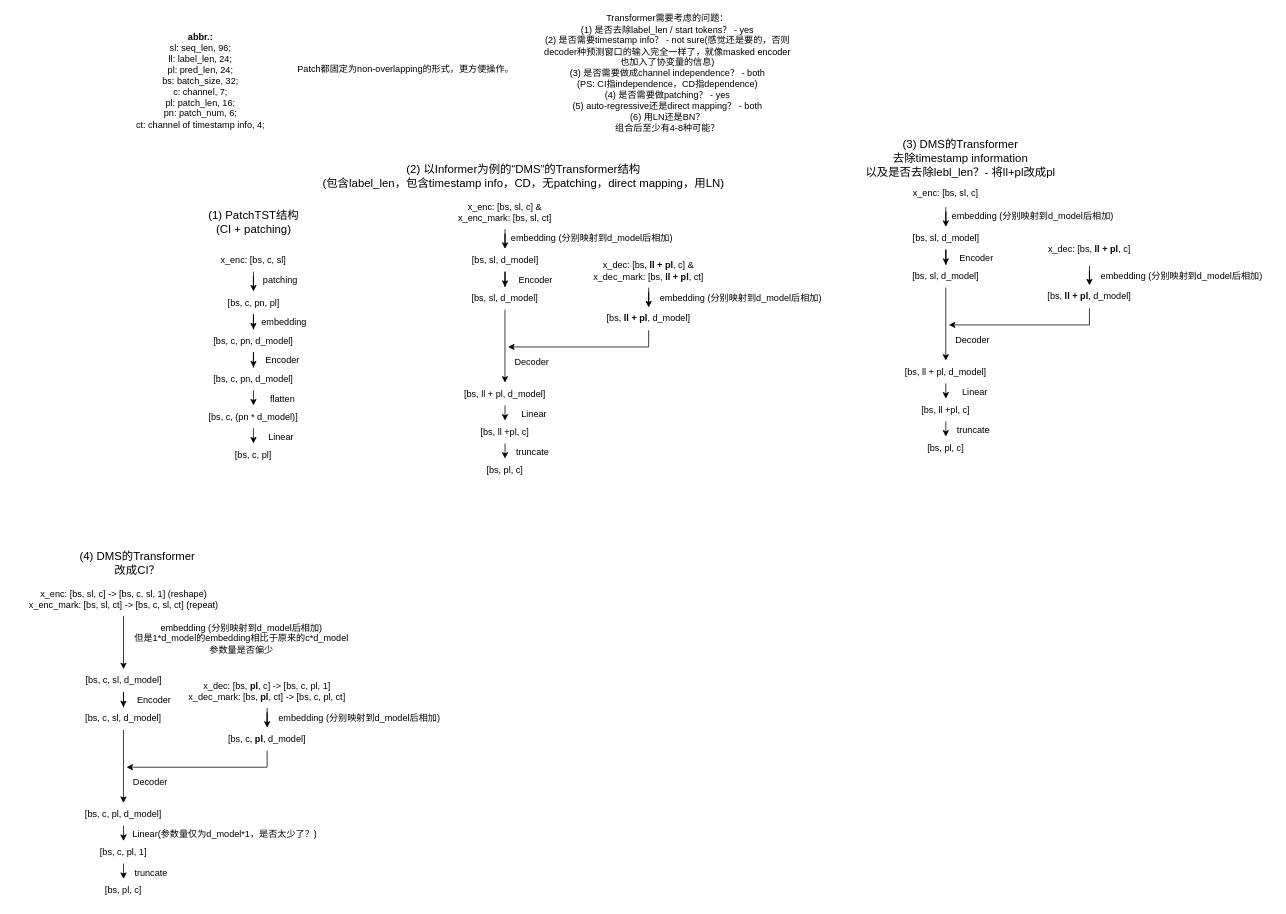
Above: TSF_Transformer架构探讨.drawio in HALF111/Research_figures (draw.io), before the change. Source tidied: cells renumbered, new cells numbered last; positions are measured from the earlier drawing's top-left corner, leaving out a move shared by most shapes. Both pictures are drawn from the tidied source at 76%, with x=0, y=0 at pixel (12, 27).
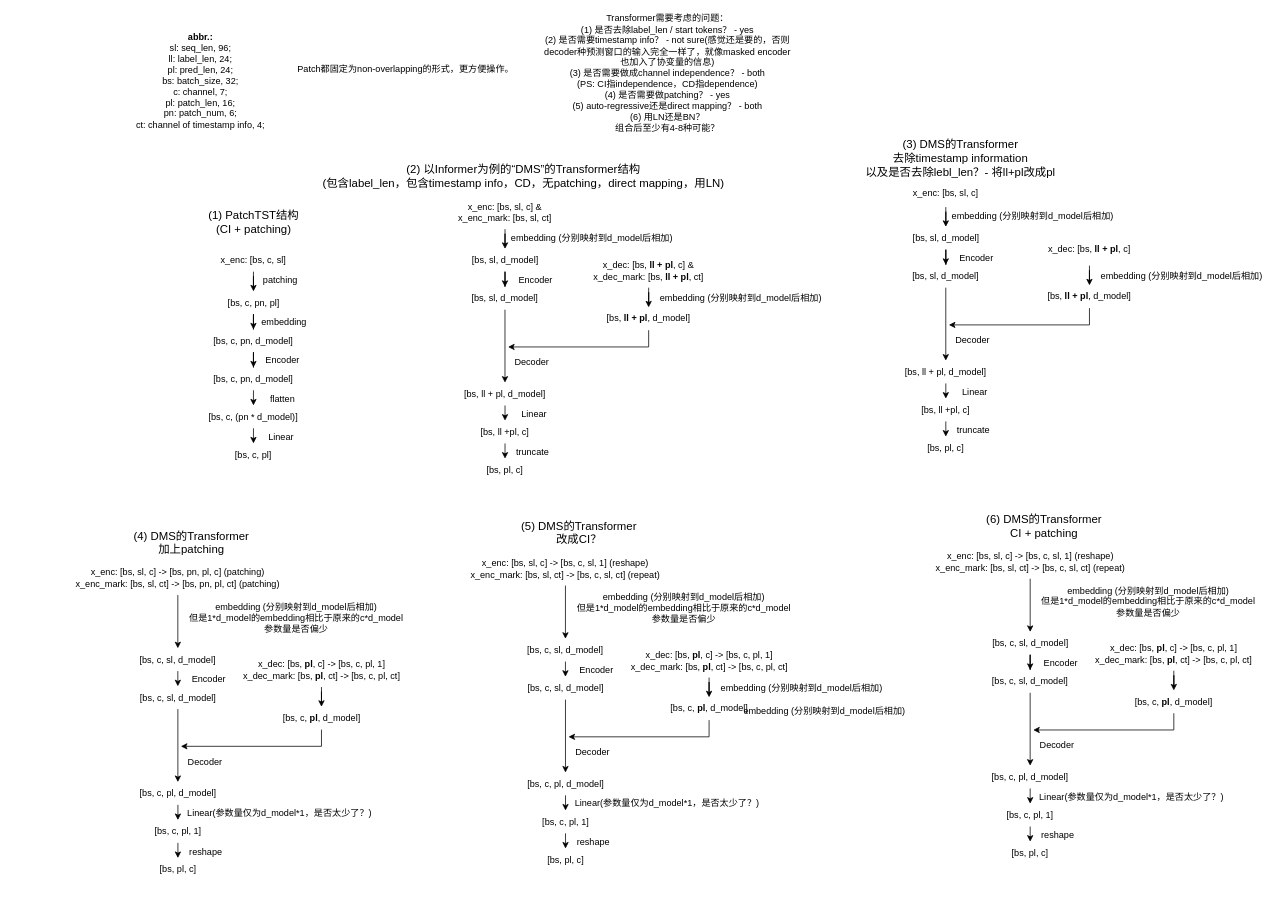
Above is the later version.

Commit message (it also covers changes not shown here):
更新TSF_Transformer架构探讨.drawio

What changed in the source:
```diff
@@
     <mxCell id="45" value="x_enc: [bs, sl, c] -&amp;gt; [bs, c, sl, 1] (reshape)&lt;div&gt;x_enc_mark: [bs, sl, ct] -&amp;gt; [bs, c, sl, ct] (repeat)&lt;/div&gt;" style="text;html=1;align=center;verticalAlign=middle;whiteSpace=wrap;rounded=0;" parent="1" vertex="1">
-      <mxGeometry x="0.5" y="729" width="291" height="45" as="geometry" />
+      <mxGeometry x="582" y="689" width="291" height="45" as="geometry" />
     </mxCell>
@@
     <mxCell id="47" value="[bs, c, sl, d_model]" style="text;html=1;align=center;verticalAlign=middle;whiteSpace=wrap;rounded=0;" parent="1" vertex="1">
-      <mxGeometry x="93.5" y="844" width="105" height="30" as="geometry" />
+      <mxGeometry x="675" y="804" width="105" height="30" as="geometry" />
     </mxCell>
     <mxCell id="48" value="embedding (分别映射到d_model后相加)&lt;div&gt;但是1*d_model的embedding相比于原来的c*d_model&lt;/div&gt;&lt;div&gt;参数量是否偏少&lt;/div&gt;" style="text;html=1;align=center;verticalAlign=middle;strokeColor=none;fillColor=none;" parent="1" vertex="1">
-      <mxGeometry x="151" y="774" width="300" height="60" as="geometry" />
+      <mxGeometry x="732.5" y="734" width="300" height="60" as="geometry" />
     </mxCell>
@@
     <mxCell id="50" value="[bs, c, sl, d_model]" style="text;html=1;align=center;verticalAlign=middle;whiteSpace=wrap;rounded=0;" parent="1" vertex="1">
-      <mxGeometry x="77.2" y="894" width="137.5" height="30" as="geometry" />
+      <mxGeometry x="658.8" y="854" width="137.5" height="30" as="geometry" />
     </mxCell>
@@
     <mxCell id="52" value="[bs, c, pl, d_model]" style="text;html=1;align=center;verticalAlign=middle;whiteSpace=wrap;rounded=0;" parent="1" vertex="1">
-      <mxGeometry x="77.2" y="1020" width="137.5" height="30" as="geometry" />
+      <mxGeometry x="658.8" y="980" width="137.5" height="30" as="geometry" />
     </mxCell>
@@
     <mxCell id="54" value="[bs, c, pl, 1]" style="text;html=1;align=center;verticalAlign=middle;whiteSpace=wrap;rounded=0;" parent="1" vertex="1">
-      <mxGeometry x="77.2" y="1070" width="137.5" height="30" as="geometry" />
+      <mxGeometry x="658.8" y="1030" width="137.5" height="30" as="geometry" />
     </mxCell>
     <mxCell id="55" value="[bs, pl, c]" style="text;html=1;align=center;verticalAlign=middle;whiteSpace=wrap;rounded=0;" parent="1" vertex="1">
-      <mxGeometry x="77.2" y="1120" width="137.5" height="30" as="geometry" />
+      <mxGeometry x="658.8" y="1080" width="137.5" height="30" as="geometry" />
     </mxCell>
     <mxCell id="56" value="Encoder" style="text;html=1;align=center;verticalAlign=middle;strokeColor=none;fillColor=none;" parent="1" vertex="1">
-      <mxGeometry x="151" y="870" width="70" height="30" as="geometry" />
+      <mxGeometry x="732.5" y="830" width="70" height="30" as="geometry" />
     </mxCell>
     <mxCell id="57" value="Decoder" style="text;html=1;align=center;verticalAlign=middle;strokeColor=none;fillColor=none;" parent="1" vertex="1">
-      <mxGeometry x="146" y="978" width="70" height="30" as="geometry" />
+      <mxGeometry x="727.5" y="938" width="70" height="30" as="geometry" />
     </mxCell>
     <mxCell id="58" value="Linear(参数量仅为d_model*1，是否太少了？)" style="text;html=1;align=center;verticalAlign=middle;strokeColor=none;fillColor=none;" parent="1" vertex="1">
-      <mxGeometry x="144" y="1046" width="270" height="30" as="geometry" />
+      <mxGeometry x="725.5" y="1006" width="270" height="30" as="geometry" />
     </mxCell>
-    <mxCell id="59" value="truncate" style="text;html=1;align=center;verticalAlign=middle;strokeColor=none;fillColor=none;" parent="1" vertex="1">
-      <mxGeometry x="147" y="1097" width="70" height="30" as="geometry" />
+    <mxCell id="59" value="reshape" style="text;html=1;align=center;verticalAlign=middle;strokeColor=none;fillColor=none;" parent="1" vertex="1">
+      <mxGeometry x="728.5" y="1057" width="70" height="30" as="geometry" />
     </mxCell>
@@
     <mxCell id="61" value="x_dec: [bs, &lt;b&gt;pl&lt;/b&gt;, c] -&amp;gt; [bs, c, pl, 1]&lt;div&gt;x_dec_mark: [bs, &lt;b&gt;pl&lt;/b&gt;, ct] -&amp;gt; [bs, c, pl, ct]&lt;/div&gt;" style="text;html=1;align=center;verticalAlign=middle;whiteSpace=wrap;rounded=0;" parent="1" vertex="1">
-      <mxGeometry x="215" y="850" width="240" height="45" as="geometry" />
+      <mxGeometry x="796.5" y="810" width="240" height="45" as="geometry" />
     </mxCell>
     <mxCell id="62" value="[bs, c,&amp;nbsp;&lt;b&gt;pl&lt;/b&gt;, d_model]" style="text;html=1;align=center;verticalAlign=middle;whiteSpace=wrap;rounded=0;" parent="1" vertex="1">
-      <mxGeometry x="270" y="921" width="130" height="30" as="geometry" />
+      <mxGeometry x="851.5" y="881" width="130" height="30" as="geometry" />
     </mxCell>
     <mxCell id="63" value="embedding (分别映射到d_model后相加)" style="text;html=1;align=center;verticalAlign=middle;strokeColor=none;fillColor=none;" parent="1" vertex="1">
-      <mxGeometry x="336" y="894" width="240" height="30" as="geometry" />
+      <mxGeometry x="917.5" y="854" width="240" height="30" as="geometry" />
     </mxCell>
     <mxCell id="64" style="endArrow=classic;html=1;rounded=0;exitX=0.5;exitY=1;exitDx=0;exitDy=0;" parent="1" edge="1" source="62">
       <mxGeometry relative="1" as="geometry">
-        <mxPoint x="150" y="973" as="targetPoint" />
+        <mxPoint x="731.5" y="933" as="targetPoint" />
         <Array as="points">
-          <mxPoint x="335" y="973" />
+          <mxPoint x="916.5" y="933" />
         </Array>
       </mxGeometry>
     </mxCell>
-    <mxCell id="65" value="&lt;font style=&quot;font-size: 15px;&quot;&gt;(4)&amp;nbsp;&lt;/font&gt;&lt;span style=&quot;font-size: 15px;&quot;&gt;DMS的Transformer&lt;/span&gt;&lt;div&gt;&lt;span style=&quot;font-size: 15px;&quot;&gt;改成CI？&lt;/span&gt;&lt;/div&gt;" style="text;html=1;align=center;verticalAlign=middle;strokeColor=none;fillColor=none;" parent="1" vertex="1">
-      <mxGeometry x="73.5" y="679" width="180" height="50" as="geometry" />
+    <mxCell id="65" value="&lt;font style=&quot;font-size: 15px;&quot;&gt;(5)&amp;nbsp;&lt;/font&gt;&lt;span style=&quot;font-size: 15px;&quot;&gt;DMS的Transformer&lt;/span&gt;&lt;div&gt;&lt;span style=&quot;font-size: 15px;&quot;&gt;改成CI？&lt;/span&gt;&lt;/div&gt;" style="text;html=1;align=center;verticalAlign=middle;strokeColor=none;fillColor=none;" parent="1" vertex="1">
+      <mxGeometry x="655" y="639" width="180" height="50" as="geometry" />
     </mxCell>
@@
+    <mxCell id="88" style="edgeStyle=orthogonalEdgeStyle;rounded=0;jettySize=auto;html=1;entryX=0.5;entryY=0;entryDx=0;entryDy=0;exitX=0.5;exitY=1;exitDx=0;exitDy=0;" parent="1" edge="1" source="89" target="91">
+      <mxGeometry relative="1" as="geometry" />
+    </mxCell>
+    <mxCell id="89" value="x_enc: [bs, sl, c] -&amp;gt; [bs, c, sl, 1] (reshape)&lt;div&gt;x_enc_mark: [bs, sl, ct] -&amp;gt; [bs, c, sl, ct] (repeat)&lt;/div&gt;" style="text;html=1;align=center;verticalAlign=middle;whiteSpace=wrap;rounded=0;" parent="1" vertex="1">
+      <mxGeometry x="1193.5" y="680" width="291" height="45" as="geometry" />
+    </mxCell>
+    <mxCell id="90" style="edgeStyle=orthogonalEdgeStyle;rounded=0;jettySize=auto;html=1;entryX=0.5;entryY=0;entryDx=0;entryDy=0;" parent="1" edge="1" source="91" target="94">
+      <mxGeometry relative="1" as="geometry" />
+    </mxCell>
+    <mxCell id="91" value="[bs, c, sl, d_model]" style="text;html=1;align=center;verticalAlign=middle;whiteSpace=wrap;rounded=0;" parent="1" vertex="1">
+      <mxGeometry x="1286.5" y="795" width="105" height="30" as="geometry" />
+    </mxCell>
+    <mxCell id="92" value="embedding (分别映射到d_model后相加)&lt;div&gt;但是1*d_model的embedding相比于原来的c*d_model&lt;/div&gt;&lt;div&gt;参数量是否偏少&lt;/div&gt;" style="text;html=1;align=center;verticalAlign=middle;strokeColor=none;fillColor=none;" parent="1" vertex="1">
+      <mxGeometry x="1344" y="725" width="300" height="60" as="geometry" />
+    </mxCell>
+    <mxCell id="93" style="edgeStyle=orthogonalEdgeStyle;rounded=0;jettySize=auto;html=1;" parent="1" edge="1" source="94" target="96">
+      <mxGeometry relative="1" as="geometry" />
+    </mxCell>
+    <mxCell id="94" value="[bs, c, sl, d_model]" style="text;html=1;align=center;verticalAlign=middle;whiteSpace=wrap;rounded=0;" parent="1" vertex="1">
+      <mxGeometry x="1270.2" y="845" width="137.5" height="30" as="geometry" />
+    </mxCell>
+    <mxCell id="95" style="edgeStyle=orthogonalEdgeStyle;rounded=0;jettySize=auto;html=1;entryX=0.5;entryY=0;entryDx=0;entryDy=0;" parent="1" edge="1" source="96" target="98">
+      <mxGeometry relative="1" as="geometry" />
+    </mxCell>
+    <mxCell id="96" value="[bs, c, pl, d_model]" style="text;html=1;align=center;verticalAlign=middle;whiteSpace=wrap;rounded=0;" parent="1" vertex="1">
+      <mxGeometry x="1270.2" y="971" width="137.5" height="30" as="geometry" />
+    </mxCell>
+    <mxCell id="97" style="edgeStyle=orthogonalEdgeStyle;rounded=0;jettySize=auto;html=1;entryX=0.5;entryY=0;entryDx=0;entryDy=0;" parent="1" edge="1" source="98" target="99">
+      <mxGeometry relative="1" as="geometry" />
+    </mxCell>
+    <mxCell id="98" value="[bs, c, pl, 1]" style="text;html=1;align=center;verticalAlign=middle;whiteSpace=wrap;rounded=0;" parent="1" vertex="1">
+      <mxGeometry x="1270.2" y="1021" width="137.5" height="30" as="geometry" />
+    </mxCell>
+    <mxCell id="99" value="[bs, pl, c]" style="text;html=1;align=center;verticalAlign=middle;whiteSpace=wrap;rounded=0;" parent="1" vertex="1">
+      <mxGeometry x="1270.2" y="1071" width="137.5" height="30" as="geometry" />
+    </mxCell>
+    <mxCell id="100" value="Encoder" style="text;html=1;align=center;verticalAlign=middle;strokeColor=none;fillColor=none;" parent="1" vertex="1">
+      <mxGeometry x="1344" y="821" width="70" height="30" as="geometry" />
+    </mxCell>
+    <mxCell id="101" value="Decoder" style="text;html=1;align=center;verticalAlign=middle;strokeColor=none;fillColor=none;" parent="1" vertex="1">
+      <mxGeometry x="1339" y="929" width="70" height="30" as="geometry" />
+    </mxCell>
+    <mxCell id="102" value="Linear(参数量仅为d_model*1，是否太少了？)" style="text;html=1;align=center;verticalAlign=middle;strokeColor=none;fillColor=none;" parent="1" vertex="1">
+      <mxGeometry x="1337" y="997" width="270" height="30" as="geometry" />
+    </mxCell>
+    <mxCell id="103" value="reshape" style="text;html=1;align=center;verticalAlign=middle;strokeColor=none;fillColor=none;" parent="1" vertex="1">
+      <mxGeometry x="1340" y="1048" width="70" height="30" as="geometry" />
+    </mxCell>
+    <mxCell id="104" style="edgeStyle=orthogonalEdgeStyle;rounded=0;jettySize=auto;html=1;entryX=0.5;entryY=0;entryDx=0;entryDy=0;" parent="1" edge="1" source="105" target="106">
+      <mxGeometry relative="1" as="geometry" />
+    </mxCell>
+    <mxCell id="105" value="x_dec: [bs, &lt;b&gt;pl&lt;/b&gt;, c] -&amp;gt; [bs, c, pl, 1]&lt;div&gt;x_dec_mark: [bs, &lt;b&gt;pl&lt;/b&gt;, ct] -&amp;gt; [bs, c, pl, ct]&lt;/div&gt;" style="text;html=1;align=center;verticalAlign=middle;whiteSpace=wrap;rounded=0;" parent="1" vertex="1">
+      <mxGeometry x="1408" y="801" width="240" height="45" as="geometry" />
+    </mxCell>
+    <mxCell id="106" value="[bs, c,&amp;nbsp;&lt;b&gt;pl&lt;/b&gt;, d_model]" style="text;html=1;align=center;verticalAlign=middle;whiteSpace=wrap;rounded=0;" parent="1" vertex="1">
+      <mxGeometry x="1463" y="872" width="130" height="30" as="geometry" />
+    </mxCell>
+    <mxCell id="107" value="embedding (分别映射到d_model后相加)" style="text;html=1;align=center;verticalAlign=middle;strokeColor=none;fillColor=none;" parent="1" vertex="1">
+      <mxGeometry x="947.5" y="885" width="240" height="30" as="geometry" />
+    </mxCell>
+    <mxCell id="108" style="endArrow=classic;html=1;rounded=0;exitX=0.5;exitY=1;exitDx=0;exitDy=0;" parent="1" edge="1" source="106">
+      <mxGeometry relative="1" as="geometry">
+        <mxPoint x="1343" y="924" as="targetPoint" />
+        <Array as="points">
+          <mxPoint x="1528" y="924" />
+        </Array>
+      </mxGeometry>
+    </mxCell>
+    <mxCell id="109" value="&lt;font style=&quot;font-size: 15px;&quot;&gt;(6)&amp;nbsp;&lt;/font&gt;&lt;span style=&quot;font-size: 15px;&quot;&gt;DMS的Transformer&lt;/span&gt;&lt;div&gt;&lt;span style=&quot;font-size: 15px;&quot;&gt;CI + patching&lt;/span&gt;&lt;/div&gt;" style="text;html=1;align=center;verticalAlign=middle;strokeColor=none;fillColor=none;" parent="1" vertex="1">
+      <mxGeometry x="1266.5" y="630" width="180" height="50" as="geometry" />
+    </mxCell>
+    <mxCell id="110" style="edgeStyle=orthogonalEdgeStyle;rounded=0;jettySize=auto;html=1;entryX=0.5;entryY=0;entryDx=0;entryDy=0;exitX=0.5;exitY=1;exitDx=0;exitDy=0;" parent="1" edge="1" source="111" target="113">
+      <mxGeometry relative="1" as="geometry" />
+    </mxCell>
+    <mxCell id="111" value="x_enc: [bs, sl, c] -&amp;gt; [bs, pn, pl, c] (patching)&lt;div&gt;x_enc_mark: [bs, sl, ct] -&amp;gt; [bs, pn, pl, ct] (patching)&lt;/div&gt;" style="text;html=1;align=center;verticalAlign=middle;whiteSpace=wrap;rounded=0;" parent="1" vertex="1">
+      <mxGeometry x="72" y="701.5" width="291" height="45" as="geometry" />
+    </mxCell>
+    <mxCell id="112" style="edgeStyle=orthogonalEdgeStyle;rounded=0;jettySize=auto;html=1;entryX=0.5;entryY=0;entryDx=0;entryDy=0;" parent="1" edge="1" source="113" target="116">
+      <mxGeometry relative="1" as="geometry" />
+    </mxCell>
+    <mxCell id="113" value="[bs, c, sl, d_model]" style="text;html=1;align=center;verticalAlign=middle;whiteSpace=wrap;rounded=0;" parent="1" vertex="1">
+      <mxGeometry x="165" y="816.5" width="105" height="30" as="geometry" />
+    </mxCell>
+    <mxCell id="114" value="embedding (分别映射到d_model后相加)&lt;div&gt;但是1*d_model的embedding相比于原来的c*d_model&lt;/div&gt;&lt;div&gt;参数量是否偏少&lt;/div&gt;" style="text;html=1;align=center;verticalAlign=middle;strokeColor=none;fillColor=none;" parent="1" vertex="1">
+      <mxGeometry x="222.5" y="746.5" width="300" height="60" as="geometry" />
+    </mxCell>
+    <mxCell id="115" style="edgeStyle=orthogonalEdgeStyle;rounded=0;jettySize=auto;html=1;" parent="1" edge="1" source="116" target="118">
+      <mxGeometry relative="1" as="geometry" />
+    </mxCell>
+    <mxCell id="116" value="[bs, c, sl, d_model]" style="text;html=1;align=center;verticalAlign=middle;whiteSpace=wrap;rounded=0;" parent="1" vertex="1">
+      <mxGeometry x="148.8" y="866.5" width="137.5" height="30" as="geometry" />
+    </mxCell>
+    <mxCell id="117" style="edgeStyle=orthogonalEdgeStyle;rounded=0;jettySize=auto;html=1;entryX=0.5;entryY=0;entryDx=0;entryDy=0;" parent="1" edge="1" source="118" target="120">
+      <mxGeometry relative="1" as="geometry" />
+    </mxCell>
+    <mxCell id="118" value="[bs, c, pl, d_model]" style="text;html=1;align=center;verticalAlign=middle;whiteSpace=wrap;rounded=0;" parent="1" vertex="1">
+      <mxGeometry x="148.8" y="992.5" width="137.5" height="30" as="geometry" />
+    </mxCell>
+    <mxCell id="119" style="edgeStyle=orthogonalEdgeStyle;rounded=0;jettySize=auto;html=1;entryX=0.5;entryY=0;entryDx=0;entryDy=0;" parent="1" edge="1" source="120" target="121">
+      <mxGeometry relative="1" as="geometry" />
+    </mxCell>
+    <mxCell id="120" value="[bs, c, pl, 1]" style="text;html=1;align=center;verticalAlign=middle;whiteSpace=wrap;rounded=0;" parent="1" vertex="1">
+      <mxGeometry x="148.8" y="1042.5" width="137.5" height="30" as="geometry" />
+    </mxCell>
+    <mxCell id="121" value="[bs, pl, c]" style="text;html=1;align=center;verticalAlign=middle;whiteSpace=wrap;rounded=0;" parent="1" vertex="1">
+      <mxGeometry x="148.8" y="1092.5" width="137.5" height="30" as="geometry" />
+    </mxCell>
+    <mxCell id="122" value="Encoder" style="text;html=1;align=center;verticalAlign=middle;strokeColor=none;fillColor=none;" parent="1" vertex="1">
+      <mxGeometry x="222.5" y="842.5" width="70" height="30" as="geometry" />
+    </mxCell>
+    <mxCell id="123" value="Decoder" style="text;html=1;align=center;verticalAlign=middle;strokeColor=none;fillColor=none;" parent="1" vertex="1">
+      <mxGeometry x="217.5" y="950.5" width="70" height="30" as="geometry" />
+    </mxCell>
+    <mxCell id="124" value="Linear(参数量仅为d_model*1，是否太少了？)" style="text;html=1;align=center;verticalAlign=middle;strokeColor=none;fillColor=none;" parent="1" vertex="1">
+      <mxGeometry x="215.5" y="1018.5" width="270" height="30" as="geometry" />
+    </mxCell>
+    <mxCell id="125" value="reshape" style="text;html=1;align=center;verticalAlign=middle;strokeColor=none;fillColor=none;" parent="1" vertex="1">
+      <mxGeometry x="218.5" y="1069.5" width="70" height="30" as="geometry" />
+    </mxCell>
+    <mxCell id="126" style="edgeStyle=orthogonalEdgeStyle;rounded=0;jettySize=auto;html=1;entryX=0.5;entryY=0;entryDx=0;entryDy=0;" parent="1" edge="1" source="127" target="128">
+      <mxGeometry relative="1" as="geometry" />
+    </mxCell>
+    <mxCell id="127" value="x_dec: [bs, &lt;b&gt;pl&lt;/b&gt;, c] -&amp;gt; [bs, c, pl, 1]&lt;div&gt;x_dec_mark: [bs, &lt;b&gt;pl&lt;/b&gt;, ct] -&amp;gt; [bs, c, pl, ct]&lt;/div&gt;" style="text;html=1;align=center;verticalAlign=middle;whiteSpace=wrap;rounded=0;" parent="1" vertex="1">
+      <mxGeometry x="286.5" y="822.5" width="240" height="45" as="geometry" />
+    </mxCell>
+    <mxCell id="128" value="[bs, c,&amp;nbsp;&lt;b&gt;pl&lt;/b&gt;, d_model]" style="text;html=1;align=center;verticalAlign=middle;whiteSpace=wrap;rounded=0;" parent="1" vertex="1">
+      <mxGeometry x="341.5" y="893.5" width="130" height="30" as="geometry" />
+    </mxCell>
+    <mxCell id="129" style="endArrow=classic;html=1;rounded=0;exitX=0.5;exitY=1;exitDx=0;exitDy=0;" parent="1" edge="1" source="128">
+      <mxGeometry relative="1" as="geometry">
+        <mxPoint x="221.5" y="945.5" as="targetPoint" />
+        <Array as="points">
+          <mxPoint x="406.5" y="945.5" />
+        </Array>
+      </mxGeometry>
+    </mxCell>
+    <mxCell id="130" value="&lt;font style=&quot;font-size: 15px;&quot;&gt;(4)&amp;nbsp;&lt;/font&gt;&lt;span style=&quot;font-size: 15px;&quot;&gt;DMS的Transformer&lt;/span&gt;&lt;div&gt;&lt;span style=&quot;font-size: 15px;&quot;&gt;加上patching&lt;/span&gt;&lt;/div&gt;" style="text;html=1;align=center;verticalAlign=middle;strokeColor=none;fillColor=none;" parent="1" vertex="1">
+      <mxGeometry x="145" y="651.5" width="180" height="50" as="geometry" />
+    </mxCell>
```
